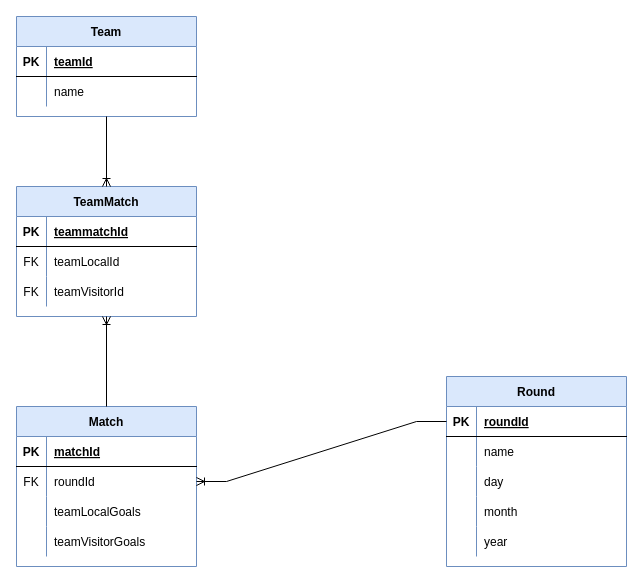
Before: liga-futbol/liga-futbol.drawio in manudous/modelado-drawio, a draw.io diagram. Source tidied: cells renumbered, new cells numbered last; positions are measured from the earlier drawing's top-left corner, leaving out a move shared by most shapes. Both pictures are drawn from the tidied source at 100%, with x=0, y=0 at pixel (16, 16).
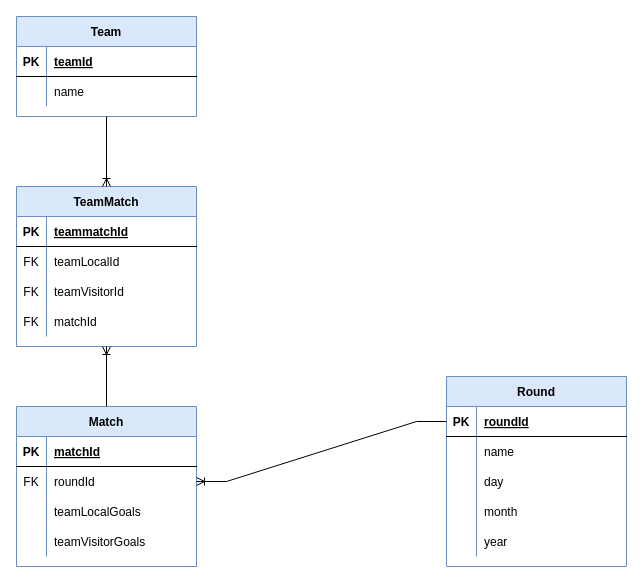
The same diagram, later.

The edit, as a diff of the source:
```diff
@@
     <mxCell id="39" value="TeamMatch" style="shape=table;startSize=30;childLayout=tableLayout;rowLines=0;fontStyle=1;align=center;fillColor=#dae8fc;strokeColor=#6c8ebf;" parent="1" vertex="1">
-      <mxGeometry y="170" width="180" height="130" as="geometry" />
+      <mxGeometry y="170" width="180" height="160" as="geometry" />
     </mxCell>
@@
+    <mxCell id="51" style="shape=tableRow;horizontal=0;startSize=0;swimlaneHead=0;swimlaneBody=0;fillColor=none;top=0;left=0;right=0;bottom=0;" parent="39" vertex="1">
+      <mxGeometry y="120" width="180" height="30" as="geometry" />
+    </mxCell>
+    <mxCell id="52" value="FK" style="shape=partialRectangle;fillColor=none;top=0;left=0;bottom=0;right=0;overflow=hidden;" parent="51" vertex="1">
+      <mxGeometry width="30" height="30" as="geometry" />
+    </mxCell>
+    <mxCell id="53" value="matchId" style="shape=partialRectangle;fillColor=none;top=0;left=0;bottom=0;right=0;align=left;spacingLeft=6;overflow=hidden;" parent="51" vertex="1">
+      <mxGeometry x="30" width="150" height="30" as="geometry" />
+    </mxCell>
```
